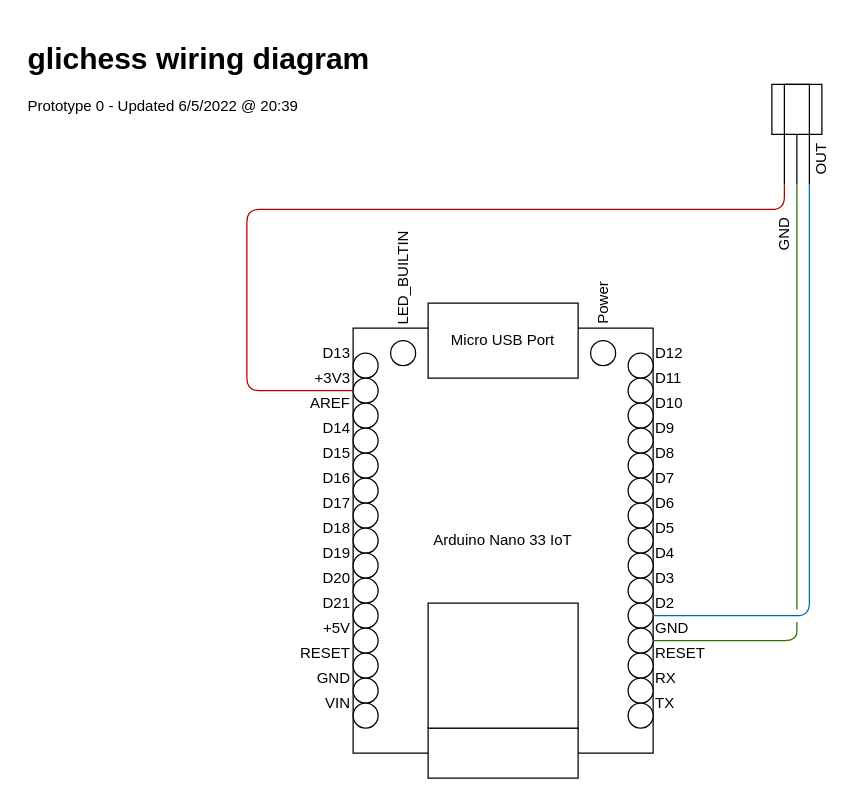
The draw.io diagram Wiring Diagram.drawio in Matt-and-Gib/glichess, before the edit. Source tidied: cells renumbered, new cells numbered last; positions are measured from the earlier drawing's top-left corner, leaving out a move shared by most shapes. Both pictures are drawn from the tidied source at 125%, with x=0, y=0 at pixel (21, 34).
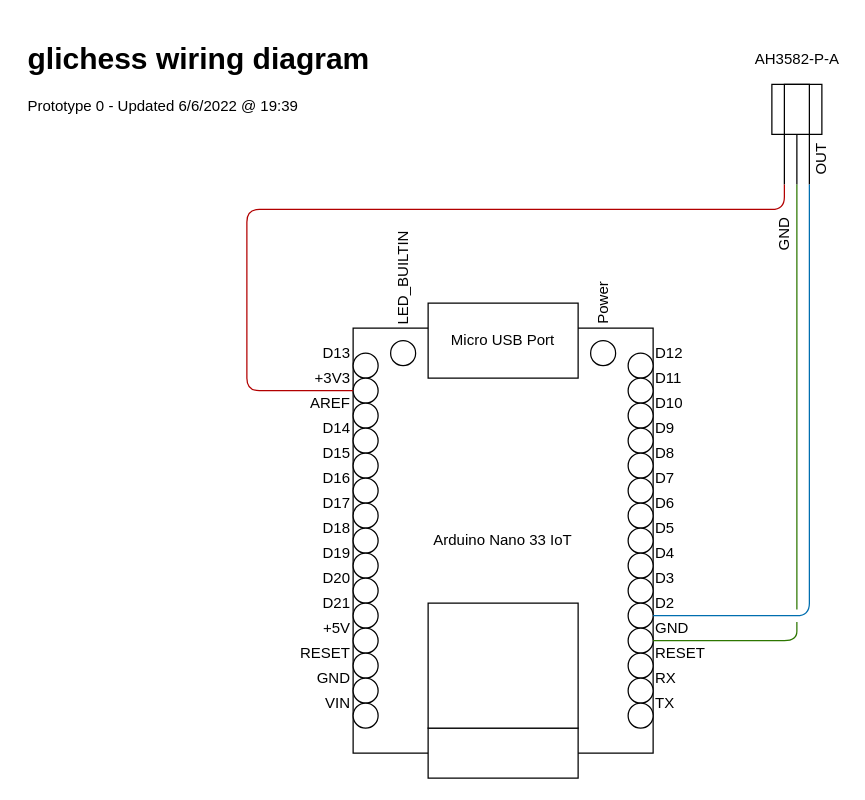
After the change.

Commit message:
Added sensor part ID

The edit, as a diff of the source:
```diff
@@
-    <mxCell id="82" value="&lt;h1&gt;glichess wiring diagram&lt;/h1&gt;&lt;p&gt;Prototype 0 - Updated 6/5/2022 @ 20:39&lt;/p&gt;" style="text;html=1;strokeColor=none;fillColor=none;spacing=5;spacingTop=-20;whiteSpace=wrap;overflow=hidden;rounded=0;" parent="1" vertex="1">
+    <mxCell id="82" value="&lt;h1&gt;glichess wiring diagram&lt;/h1&gt;&lt;p&gt;Prototype 0 - Updated 6/6/2022 @ 19:39&lt;/p&gt;" style="text;html=1;strokeColor=none;fillColor=none;spacing=5;spacingTop=-20;whiteSpace=wrap;overflow=hidden;rounded=0;" parent="1" vertex="1">
       <mxGeometry width="290" height="80" as="geometry" />
     </mxCell>
+    <mxCell id="83" value="AH3582-P-A" style="text;html=1;strokeColor=none;fillColor=none;align=center;verticalAlign=middle;whiteSpace=wrap;rounded=0;" parent="1" vertex="1">
+      <mxGeometry x="582.5" y="10" width="75" height="20" as="geometry" />
+    </mxCell>
```
